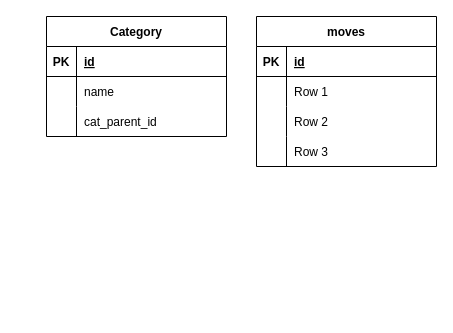
andrew-atef/andrew-atef keeps this draw.io diagram as aflam.drawio. Above is the earlier version. Source tidied: cells renumbered, new cells numbered last; positions are measured from the earlier drawing's top-left corner, leaving out a move shared by most shapes. Both pictures are drawn from the tidied source at 100%, with x=0, y=0 at pixel (46, 16).
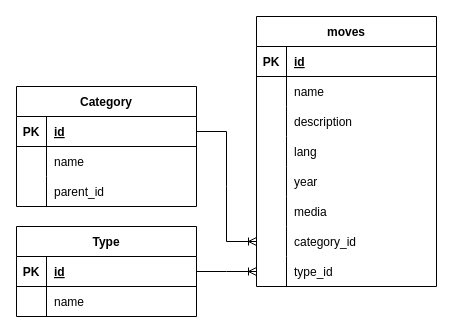
The same diagram, later.

Unchanged cells that the change refers to:
```xml
<mxCell id="6" style="shape=tableRow;horizontal=0;startSize=0;swimlaneHead=0;swimlaneBody=0;fillColor=none;top=0;left=0;right=0;bottom=0;" parent="2" vertex="1">
  <mxGeometry y="60" width="180" height="30" as="geometry" />
</mxCell>
<mxCell id="9" style="shape=tableRow;horizontal=0;startSize=0;swimlaneHead=0;swimlaneBody=0;fillColor=none;top=0;left=0;right=0;bottom=0;" parent="2" vertex="1">
  <mxGeometry y="90" width="180" height="30" as="geometry" />
</mxCell>
<mxCell id="12" style="shape=tableRow;horizontal=0;startSize=0;swimlaneHead=0;swimlaneBody=0;fillColor=none;top=0;left=0;right=0;bottom=0;" parent="2" vertex="1">
  <mxGeometry y="120" width="180" height="30" as="geometry" />
</mxCell>
<mxCell id="16" style="shape=tableRow;horizontal=0;startSize=0;swimlaneHead=0;swimlaneBody=0;fillColor=none;points=[[0,0.5],[1,0.5]];portConstraint=eastwest;top=0;left=0;right=0;bottom=1;" parent="15" vertex="1">
  <mxGeometry y="30" width="180" height="30" as="geometry" />
</mxCell>
<mxCell id="22" style="shape=tableRow;horizontal=0;startSize=0;swimlaneHead=0;swimlaneBody=0;fillColor=none;top=0;left=0;right=0;bottom=0;" parent="15" vertex="1">
  <mxGeometry y="90" width="180" height="30" as="geometry" />
</mxCell>
```

Change to the diagram source:
```diff
@@
     <mxCell id="2" value="moves" style="shape=table;startSize=30;childLayout=tableLayout;rowLines=0;fontStyle=1;align=center;" parent="1" vertex="1">
-      <mxGeometry x="210" width="180" height="150" as="geometry" />
+      <mxGeometry x="210" width="180" height="270" as="geometry" />
     </mxCell>
@@
-    <mxCell id="8" value="Row 1" style="shape=partialRectangle;fillColor=none;top=0;left=0;bottom=0;right=0;align=left;spacingLeft=6;overflow=hidden;" parent="6" vertex="1">
+    <mxCell id="8" value="name" style="shape=partialRectangle;fillColor=none;top=0;left=0;bottom=0;right=0;align=left;spacingLeft=6;overflow=hidden;" parent="6" vertex="1">
       <mxGeometry x="30" width="150" height="30" as="geometry" />
     </mxCell>
@@
-    <mxCell id="11" value="Row 2" style="shape=partialRectangle;fillColor=none;top=0;left=0;bottom=0;right=0;align=left;spacingLeft=6;overflow=hidden;" parent="9" vertex="1">
+    <mxCell id="11" value="description" style="shape=partialRectangle;fillColor=none;top=0;left=0;bottom=0;right=0;align=left;spacingLeft=6;overflow=hidden;" parent="9" vertex="1">
       <mxGeometry x="30" width="150" height="30" as="geometry" />
     </mxCell>
@@
-    <mxCell id="14" value="Row 3" style="shape=partialRectangle;fillColor=none;top=0;left=0;bottom=0;right=0;align=left;spacingLeft=6;overflow=hidden;" parent="12" vertex="1">
+    <mxCell id="14" value="lang" style="shape=partialRectangle;fillColor=none;top=0;left=0;bottom=0;right=0;align=left;spacingLeft=6;overflow=hidden;" parent="12" vertex="1">
       <mxGeometry x="30" width="150" height="30" as="geometry" />
     </mxCell>
+    <mxCell id="25" style="shape=tableRow;horizontal=0;startSize=0;swimlaneHead=0;swimlaneBody=0;fillColor=none;top=0;left=0;right=0;bottom=0;" parent="2" vertex="1">
+      <mxGeometry y="150" width="180" height="30" as="geometry" />
+    </mxCell>
+    <mxCell id="26" style="shape=partialRectangle;fillColor=none;top=0;left=0;bottom=0;right=0;overflow=hidden;" parent="25" vertex="1">
+      <mxGeometry width="30" height="30" as="geometry" />
+    </mxCell>
+    <mxCell id="27" value="year" style="shape=partialRectangle;fillColor=none;top=0;left=0;bottom=0;right=0;align=left;spacingLeft=6;overflow=hidden;" parent="25" vertex="1">
+      <mxGeometry x="30" width="150" height="30" as="geometry" />
+    </mxCell>
+    <mxCell id="28" style="shape=tableRow;horizontal=0;startSize=0;swimlaneHead=0;swimlaneBody=0;fillColor=none;top=0;left=0;right=0;bottom=0;" parent="2" vertex="1">
+      <mxGeometry y="180" width="180" height="30" as="geometry" />
+    </mxCell>
+    <mxCell id="29" style="shape=partialRectangle;fillColor=none;top=0;left=0;bottom=0;right=0;overflow=hidden;" parent="28" vertex="1">
+      <mxGeometry width="30" height="30" as="geometry" />
+    </mxCell>
+    <mxCell id="30" value="media" style="shape=partialRectangle;fillColor=none;top=0;left=0;bottom=0;right=0;align=left;spacingLeft=6;overflow=hidden;" parent="28" vertex="1">
+      <mxGeometry x="30" width="150" height="30" as="geometry" />
+    </mxCell>
+    <mxCell id="31" style="shape=tableRow;horizontal=0;startSize=0;swimlaneHead=0;swimlaneBody=0;fillColor=none;points=[[0,0.5],[1,0.5]];portConstraint=eastwest;top=0;left=0;right=0;bottom=0;" parent="2" vertex="1">
+      <mxGeometry y="210" width="180" height="30" as="geometry" />
+    </mxCell>
+    <mxCell id="32" style="shape=partialRectangle;fillColor=none;top=0;left=0;bottom=0;right=0;overflow=hidden;" parent="31" vertex="1">
+      <mxGeometry width="30" height="30" as="geometry" />
+    </mxCell>
+    <mxCell id="33" value="category_id" style="shape=partialRectangle;fillColor=none;top=0;left=0;bottom=0;right=0;align=left;spacingLeft=6;overflow=hidden;" parent="31" vertex="1">
+      <mxGeometry x="30" width="150" height="30" as="geometry" />
+    </mxCell>
+    <mxCell id="34" style="shape=tableRow;horizontal=0;startSize=0;swimlaneHead=0;swimlaneBody=0;fillColor=none;points=[[0,0.5],[1,0.5]];portConstraint=eastwest;top=0;left=0;right=0;bottom=0;" parent="2" vertex="1">
+      <mxGeometry y="240" width="180" height="30" as="geometry" />
+    </mxCell>
+    <mxCell id="35" style="shape=partialRectangle;fillColor=none;top=0;left=0;bottom=0;right=0;overflow=hidden;" parent="34" vertex="1">
+      <mxGeometry width="30" height="30" as="geometry" />
+    </mxCell>
+    <mxCell id="36" value="type_id" style="shape=partialRectangle;fillColor=none;top=0;left=0;bottom=0;right=0;align=left;spacingLeft=6;overflow=hidden;" parent="34" vertex="1">
+      <mxGeometry x="30" width="150" height="30" as="geometry" />
+    </mxCell>
     <mxCell id="15" value="Category" style="shape=table;startSize=30;childLayout=tableLayout;rowLines=0;fontStyle=1;align=center;" parent="1" vertex="1">
-      <mxGeometry width="180" height="120" as="geometry" />
+      <mxGeometry x="-30" y="70" width="180" height="120" as="geometry" />
     </mxCell>
@@
-    <mxCell id="24" value="cat_parent_id" style="shape=partialRectangle;fillColor=none;top=0;left=0;bottom=0;right=0;align=left;spacingLeft=6;overflow=hidden;" parent="22" vertex="1">
+    <mxCell id="24" value="parent_id" style="shape=partialRectangle;fillColor=none;top=0;left=0;bottom=0;right=0;align=left;spacingLeft=6;overflow=hidden;" parent="22" vertex="1">
       <mxGeometry x="30" width="150" height="30" as="geometry" />
     </mxCell>
+    <mxCell id="37" value="Type" style="shape=table;startSize=30;childLayout=tableLayout;rowLines=0;fontStyle=1;align=center;" parent="1" vertex="1">
+      <mxGeometry x="-30" y="210" width="180" height="90" as="geometry" />
+    </mxCell>
+    <mxCell id="38" style="shape=tableRow;horizontal=0;startSize=0;swimlaneHead=0;swimlaneBody=0;fillColor=none;points=[[0,0.5],[1,0.5]];portConstraint=eastwest;top=0;left=0;right=0;bottom=1;" parent="37" vertex="1">
+      <mxGeometry y="30" width="180" height="30" as="geometry" />
+    </mxCell>
+    <mxCell id="39" value="PK" style="shape=partialRectangle;fillColor=none;top=0;left=0;bottom=0;right=0;fontStyle=1;overflow=hidden;" parent="38" vertex="1">
+      <mxGeometry width="30" height="30" as="geometry" />
+    </mxCell>
+    <mxCell id="40" value="id" style="shape=partialRectangle;fillColor=none;top=0;left=0;bottom=0;right=0;align=left;spacingLeft=6;fontStyle=5;overflow=hidden;" parent="38" vertex="1">
+      <mxGeometry x="30" width="150" height="30" as="geometry" />
+    </mxCell>
+    <mxCell id="41" style="shape=tableRow;horizontal=0;startSize=0;swimlaneHead=0;swimlaneBody=0;fillColor=none;top=0;left=0;right=0;bottom=0;" parent="37" vertex="1">
+      <mxGeometry y="60" width="180" height="30" as="geometry" />
+    </mxCell>
+    <mxCell id="42" style="shape=partialRectangle;fillColor=none;top=0;left=0;bottom=0;right=0;overflow=hidden;" parent="41" vertex="1">
+      <mxGeometry width="30" height="30" as="geometry" />
+    </mxCell>
+    <mxCell id="43" value="name" style="shape=partialRectangle;fillColor=none;top=0;left=0;bottom=0;right=0;align=left;spacingLeft=6;overflow=hidden;" parent="41" vertex="1">
+      <mxGeometry x="30" width="150" height="30" as="geometry" />
+    </mxCell>
+    <mxCell id="44" style="edgeStyle=entityRelationEdgeStyle;fontSize=12;html=1;endArrow=ERoneToMany;rounded=0;exitX=1;exitY=0.5;exitDx=0;exitDy=0;entryX=0;entryY=0.5;entryDx=0;entryDy=0;" parent="1" edge="1" source="38" target="34">
+      <mxGeometry relative="1" as="geometry" />
+    </mxCell>
+    <mxCell id="45" style="edgeStyle=entityRelationEdgeStyle;fontSize=12;html=1;endArrow=ERoneToMany;rounded=0;exitX=1;exitY=0.5;exitDx=0;exitDy=0;entryX=0;entryY=0.5;entryDx=0;entryDy=0;" parent="1" edge="1" source="16" target="31">
+      <mxGeometry relative="1" as="geometry" />
+    </mxCell>
```
